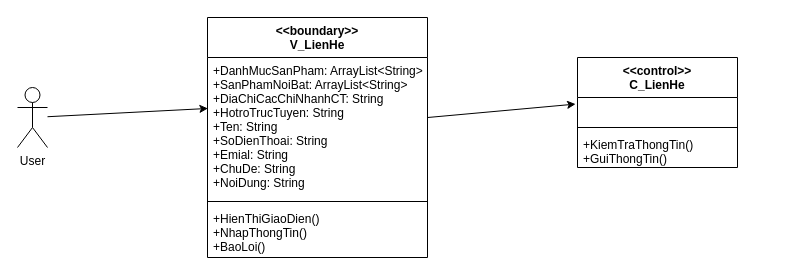
hoangminh15/PTTKHT keeps this draw.io diagram as Lop_tham_gia_Usecase/Duy's ClassUC/GuiYeuCauLienHeNPPClass.drawio. Above is the earlier version. Source tidied: cells renumbered, new cells numbered last; positions are measured from the earlier drawing's top-left corner, leaving out a move shared by most shapes. Both pictures are drawn from the tidied source at 100%, with x=0, y=0 at pixel (17, 17).
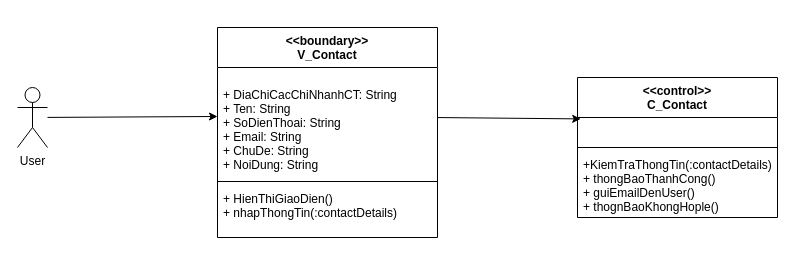
Above is the later version.

The edit, as a diff of the source:
```diff
@@
 <mxGraphModel>
   <root>
     <mxCell id="0" />
     <mxCell id="1" parent="0" />
     <mxCell id="2" value="User" style="shape=umlActor;verticalLabelPosition=bottom;verticalAlign=top;html=1;outlineConnect=0;" parent="1" vertex="1">
       <mxGeometry y="70" width="30" height="60" as="geometry" />
     </mxCell>
-    <mxCell id="3" value="&lt;&lt;boundary&gt;&gt;&#10;V_LienHe" style="swimlane;fontStyle=1;align=center;verticalAlign=top;horizontal=1;startSize=40;" parent="1" vertex="1">
-      <mxGeometry x="190" width="220" height="240" as="geometry" />
+    <mxCell id="3" value="&lt;&lt;boundary&gt;&gt;&#10;V_Contact" style="swimlane;fontStyle=1;align=center;verticalAlign=top;horizontal=1;startSize=40;" parent="1" vertex="1">
+      <mxGeometry x="200" y="10" width="220" height="210" as="geometry" />
     </mxCell>
-    <mxCell id="4" value="+DanhMucSanPham: ArrayList&lt;String&gt;&#10;+SanPhamNoiBat: ArrayList&lt;String&gt;&#10;+DiaChiCacChiNhanhCT: String&#10;+HotroTrucTuyen: String&#10;+Ten: String&#10;+SoDienThoai: String&#10;+Emial: String&#10;+ChuDe: String&#10;+NoiDung: String " style="text;strokeColor=none;fillColor=none;align=left;verticalAlign=top;spacingLeft=4;spacingRight=4;overflow=hidden;points=[[0,0.5],[1,0.5]];portConstraint=eastwest;" parent="3" vertex="1">
-      <mxGeometry y="40" width="220" height="140" as="geometry" />
+    <mxCell id="4" value="&#10;+ DiaChiCacChiNhanhCT: String&#10;+ Ten: String&#10;+ SoDienThoai: String&#10;+ Email: String&#10;+ ChuDe: String&#10;+ NoiDung: String " style="text;strokeColor=none;fillColor=none;align=left;verticalAlign=top;spacingLeft=4;spacingRight=4;overflow=hidden;points=[[0,0.5],[1,0.5]];portConstraint=eastwest;" parent="3" vertex="1">
+      <mxGeometry y="40" width="220" height="110" as="geometry" />
     </mxCell>
     <mxCell id="5" style="line;strokeWidth=1;fillColor=none;align=left;verticalAlign=middle;spacingTop=-1;spacingLeft=3;spacingRight=3;labelPosition=right;" parent="3" vertex="1">
-      <mxGeometry y="180" width="220" height="8" as="geometry" />
+      <mxGeometry y="150" width="220" height="8" as="geometry" />
     </mxCell>
-    <mxCell id="6" value="+HienThiGiaoDien()&#10;+NhapThongTin()&#10;+BaoLoi()" style="text;strokeColor=none;fillColor=none;align=left;verticalAlign=top;spacingLeft=4;spacingRight=4;overflow=hidden;" parent="3" vertex="1">
-      <mxGeometry y="188" width="220" height="52" as="geometry" />
+    <mxCell id="6" value="+ HienThiGiaoDien()&#10;+ nhapThongTin(:contactDetails)&#10;" style="text;strokeColor=none;fillColor=none;align=left;verticalAlign=top;spacingLeft=4;spacingRight=4;overflow=hidden;" parent="3" vertex="1">
+      <mxGeometry y="158" width="220" height="52" as="geometry" />
     </mxCell>
-    <mxCell id="7" style="endArrow=classic;html=1;entryX=-0.012;entryY=-0.084;entryDx=0;entryDy=0;entryPerimeter=0;" parent="1" edge="1" source="4">
-      <mxGeometry relative="1" as="geometry">
-        <mxPoint x="558.1" y="86.6" as="targetPoint" />
-      </mxGeometry>
+    <mxCell id="7" style="endArrow=classic;html=1;entryX=0.016;entryY=0.054;entryDx=0;entryDy=0;entryPerimeter=0;exitX=1;exitY=0.455;exitDx=0;exitDy=0;exitPerimeter=0;" parent="1" edge="1" source="4" target="10">
+      <mxGeometry relative="1" as="geometry" />
     </mxCell>
-    <mxCell id="8" style="endArrow=classic;html=1;entryX=0.002;entryY=0.364;entryDx=0;entryDy=0;entryPerimeter=0;" parent="1" edge="1" source="2" target="4">
-      <mxGeometry relative="1" as="geometry" />
+    <mxCell id="8" style="endArrow=classic;html=1;" parent="1" edge="1" source="2">
+      <mxGeometry relative="1" as="geometry">
+        <mxPoint x="200" y="99" as="targetPoint" />
+      </mxGeometry>
     </mxCell>
-    <mxCell id="9" value="&lt;&lt;control&gt;&gt;&#10;C_LienHe" style="swimlane;fontStyle=1;align=center;verticalAlign=top;horizontal=1;startSize=40;" parent="1" vertex="1">
-      <mxGeometry x="560" y="40" width="160" height="110" as="geometry" />
+    <mxCell id="9" value="&lt;&lt;control&gt;&gt;&#10;C_Contact" style="swimlane;fontStyle=1;align=center;verticalAlign=top;horizontal=1;startSize=40;" parent="1" vertex="1">
+      <mxGeometry x="560" y="60" width="200" height="140" as="geometry" />
     </mxCell>
     <mxCell id="10" value="   " style="text;strokeColor=none;fillColor=none;align=left;verticalAlign=top;spacingLeft=4;spacingRight=4;overflow=hidden;points=[[0,0.5],[1,0.5]];portConstraint=eastwest;" parent="9" vertex="1">
-      <mxGeometry y="40" width="160" height="26" as="geometry" />
+      <mxGeometry y="40" width="200" height="26" as="geometry" />
     </mxCell>
     <mxCell id="11" style="line;strokeWidth=1;fillColor=none;align=left;verticalAlign=middle;spacingTop=-1;spacingLeft=3;spacingRight=3;labelPosition=right;" parent="9" vertex="1">
-      <mxGeometry y="66" width="160" height="8" as="geometry" />
+      <mxGeometry y="66" width="200" height="8" as="geometry" />
     </mxCell>
-    <mxCell id="12" value="+KiemTraThongTin()&#10;+GuiThongTin()" style="text;strokeColor=none;fillColor=none;align=left;verticalAlign=top;spacingLeft=4;spacingRight=4;overflow=hidden;" parent="9" vertex="1">
-      <mxGeometry y="74" width="160" height="36" as="geometry" />
+    <mxCell id="12" value="+KiemTraThongTin(:contactDetails)&#10;+ thongBaoThanhCong()&#10;+ guiEmailDenUser()&#10;+ thognBaoKhongHople()" style="text;strokeColor=none;fillColor=none;align=left;verticalAlign=top;spacingLeft=4;spacingRight=4;overflow=hidden;" parent="9" vertex="1">
+      <mxGeometry y="74" width="200" height="66" as="geometry" />
     </mxCell>
   </root>
 </mxGraphModel>
```
